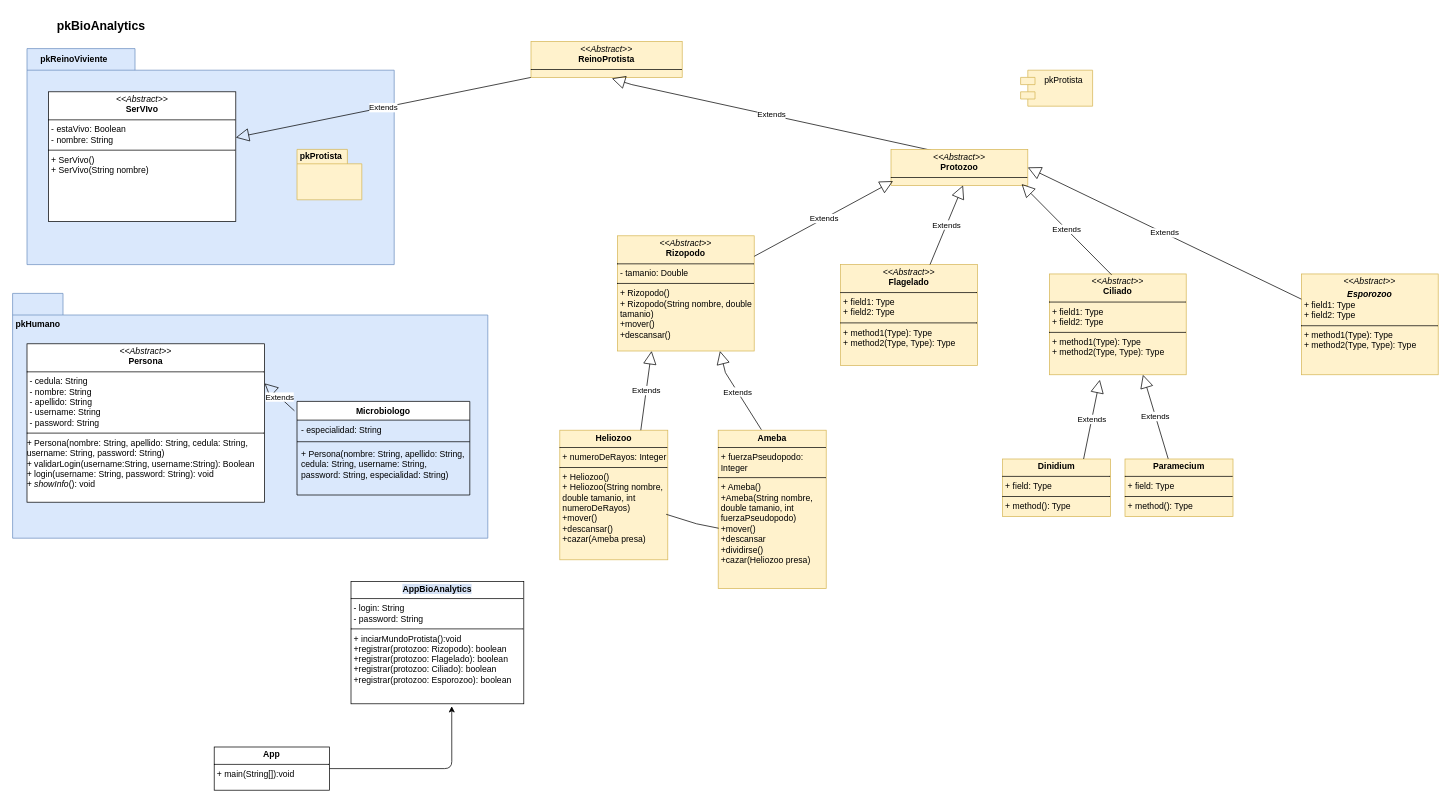
Before: design/DiagramaDeClasesBiologo.drawio in nikito34-max/proyectoVeterinaria_grupo3, a draw.io diagram. Source tidied: cells renumbered, new cells numbered last; positions are measured from the earlier drawing's top-left corner, leaving out a move shared by most shapes. Both pictures are drawn from the tidied source at 72%, with x=0, y=0 at pixel (12, 12).
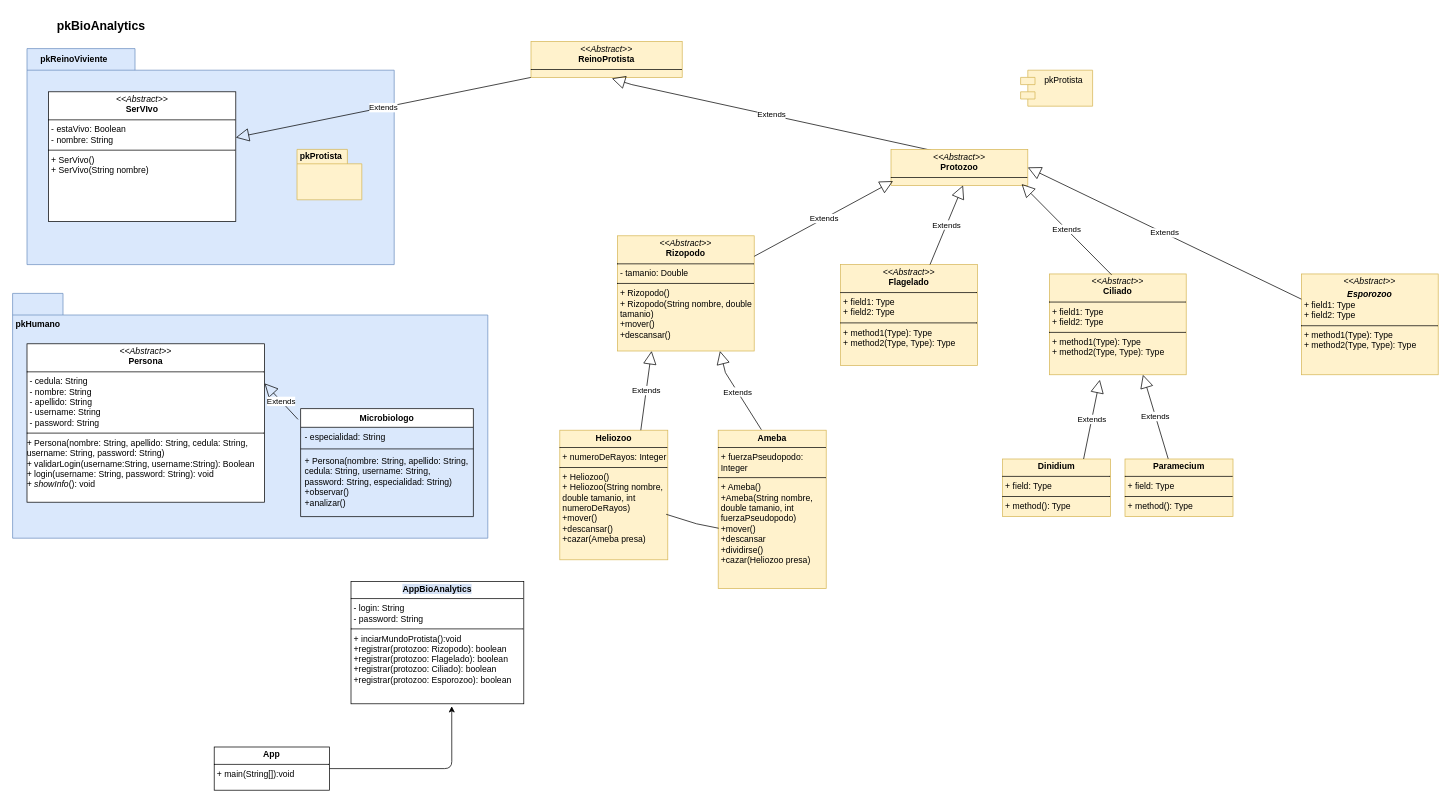
Above is the later version.

Diff of the diagram source:
```diff
@@
     <mxCell id="15" value="Microbiologo" style="swimlane;fontStyle=1;align=center;verticalAlign=top;horizontal=1;startSize=26;whiteSpace=wrap;html=1;" parent="1" vertex="1">
-      <mxGeometry x="395" y="540" width="240" height="130" as="geometry" />
+      <mxGeometry x="400" y="550" width="240" height="150" as="geometry" />
     </mxCell>
@@
-    <mxCell id="18" value="&lt;div&gt;+ Persona(nombre: String, apellido: String, cedula: String, username: String, password: String, especialidad: String)&lt;/div&gt;" style="text;strokeColor=none;fillColor=none;align=left;verticalAlign=top;spacingLeft=4;spacingRight=4;overflow=hidden;whiteSpace=wrap;html=1;" parent="15" vertex="1">
-      <mxGeometry y="60" width="240" height="70" as="geometry" />
+    <mxCell id="18" value="&lt;div&gt;+ Persona(nombre: String, apellido: String, cedula: String, username: String, password: String, especialidad: String)&lt;/div&gt;&lt;div&gt;+observar()&lt;/div&gt;&lt;div&gt;+analizar()&lt;/div&gt;" style="text;strokeColor=none;fillColor=none;align=left;verticalAlign=top;spacingLeft=4;spacingRight=4;overflow=hidden;whiteSpace=wrap;html=1;" parent="15" vertex="1">
+      <mxGeometry y="60" width="240" height="90" as="geometry" />
     </mxCell>
```
